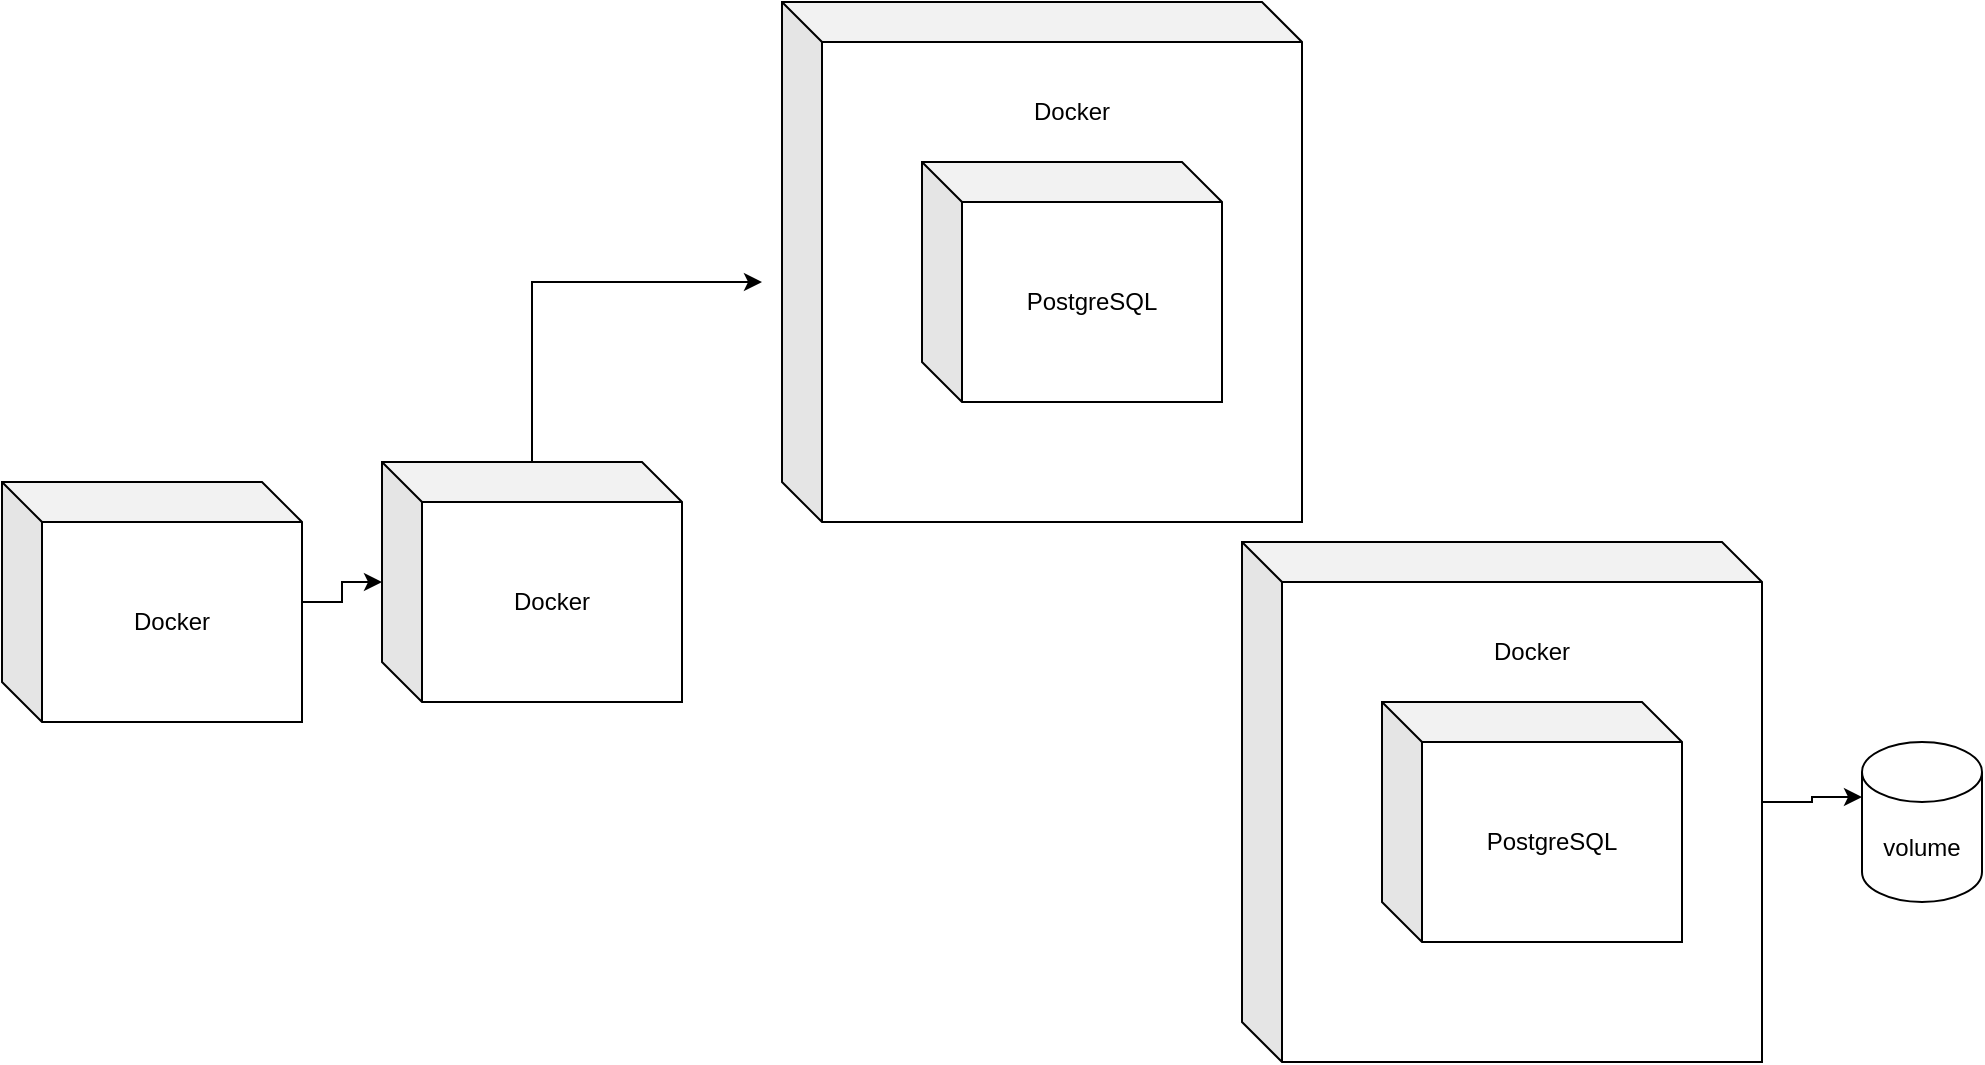
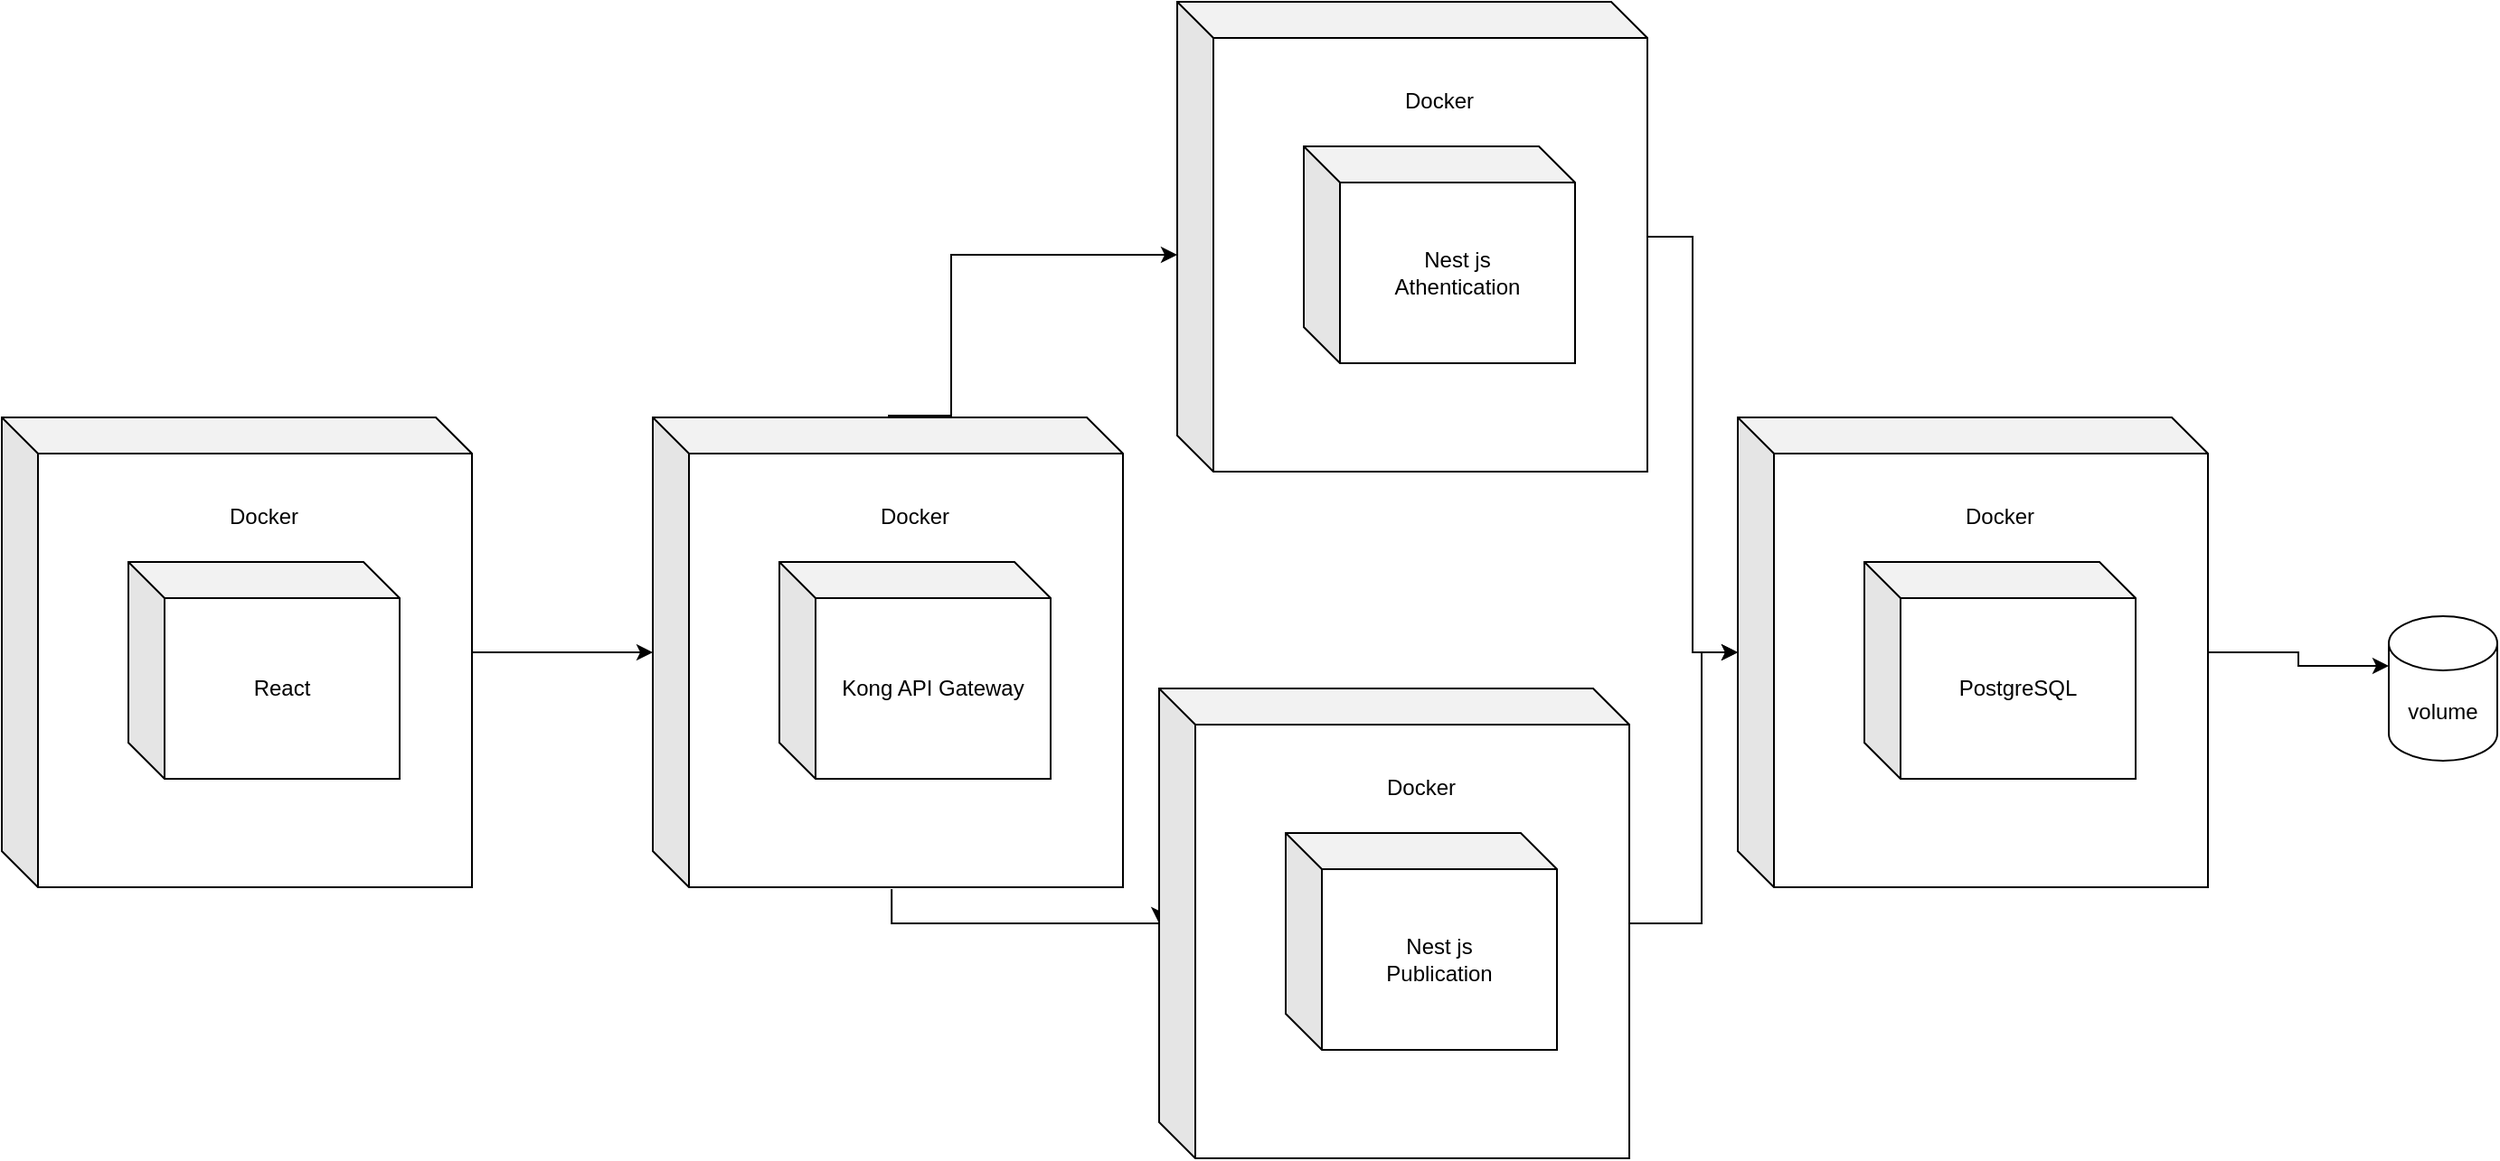
<mxfile host="app.diagrams.net" agent="Mozilla/5.0 (X11; Linux x86_64) AppleWebKit/537.36 (KHTML, like Gecko) Chrome/144.0.0.0 Safari/537.36" version="29.2.9" pages="2">
  <diagram name="Página-1" id="sw2ehc8zWf5Y282Lr3U0">
-     <mxGraphModel dx="1426" dy="762" grid="1" gridSize="10" guides="1" tooltips="1" connect="1" arrows="1" fold="1" page="1" pageScale="1" pageWidth="827" pageHeight="1169" math="0" shadow="0">
+     <mxGraphModel dx="2253" dy="762" grid="1" gridSize="10" guides="1" tooltips="1" connect="1" arrows="1" fold="1" page="1" pageScale="1" pageWidth="827" pageHeight="1169" math="0" shadow="0">
      <root>
        <mxCell id="0" />
        <mxCell id="1" parent="0" />
-         <mxCell id="-SpAMbYbZLuDqSl0wFJm-5" edge="1" parent="1" source="-SpAMbYbZLuDqSl0wFJm-1" style="edgeStyle=orthogonalEdgeStyle;rounded=0;orthogonalLoop=1;jettySize=auto;html=1;" target="-SpAMbYbZLuDqSl0wFJm-4">
-           <mxGeometry relative="1" as="geometry" />
-         </mxCell>
-         <mxCell id="-SpAMbYbZLuDqSl0wFJm-1" parent="1" style="shape=cube;whiteSpace=wrap;html=1;boundedLbl=1;backgroundOutline=1;darkOpacity=0.05;darkOpacity2=0.1;" value="Docker" vertex="1">
-           <mxGeometry height="120" width="150" x="80" y="250" as="geometry" />
-         </mxCell>
-         <mxCell id="-SpAMbYbZLuDqSl0wFJm-6" edge="1" parent="1" source="-SpAMbYbZLuDqSl0wFJm-4" style="edgeStyle=orthogonalEdgeStyle;rounded=0;orthogonalLoop=1;jettySize=auto;html=1;">
-           <mxGeometry relative="1" as="geometry">
-             <Array as="points">
+         <mxCell id="-SpAMbYbZLuDqSl0wFJm-6" edge="1" parent="1" source="dV46EJVJ1ePy4s7cVzv9-11" style="edgeStyle=orthogonalEdgeStyle;rounded=0;orthogonalLoop=1;jettySize=auto;html=1;exitX=0.5;exitY=-0.004;exitDx=0;exitDy=0;exitPerimeter=0;" target="dRhZoIEE2JAG5nakRzDz-8">
+           <mxGeometry relative="1" as="geometry">
+             <Array as="points">
+               <mxPoint x="345" y="239" />
              <mxPoint x="345" y="150" />
            </Array>
+             <mxPoint x="345" y="240" as="sourcePoint" />
            <mxPoint x="460" y="150" as="targetPoint" />
          </mxGeometry>
        </mxCell>
-         <mxCell id="-SpAMbYbZLuDqSl0wFJm-4" parent="1" style="shape=cube;whiteSpace=wrap;html=1;boundedLbl=1;backgroundOutline=1;darkOpacity=0.05;darkOpacity2=0.1;" value="Docker" vertex="1">
-           <mxGeometry height="120" width="150" x="270" y="240" as="geometry" />
-         </mxCell>
-         <mxCell id="dRhZoIEE2JAG5nakRzDz-1" parent="1" style="shape=cube;whiteSpace=wrap;html=1;boundedLbl=1;backgroundOutline=1;darkOpacity=0.05;darkOpacity2=0.1;" value="Docker" vertex="1">
-           <mxGeometry height="260" width="260" x="700" y="280" as="geometry" />
-         </mxCell>
-         <mxCell id="dRhZoIEE2JAG5nakRzDz-4" parent="1" style="shape=cube;whiteSpace=wrap;html=1;boundedLbl=1;backgroundOutline=1;darkOpacity=0.05;darkOpacity2=0.1;" value="PostgreSQL" vertex="1">
-           <mxGeometry height="120" width="150" x="770" y="360" as="geometry" />
-         </mxCell>
-         <mxCell id="dRhZoIEE2JAG5nakRzDz-5" parent="1" style="text;html=1;whiteSpace=wrap;strokeColor=none;fillColor=none;align=center;verticalAlign=middle;rounded=0;" value="Docker" vertex="1">
-           <mxGeometry height="30" width="60" x="815" y="320" as="geometry" />
+         <mxCell id="dV46EJVJ1ePy4s7cVzv9-8" edge="1" parent="1" source="dV46EJVJ1ePy4s7cVzv9-11" style="edgeStyle=orthogonalEdgeStyle;rounded=0;orthogonalLoop=1;jettySize=auto;html=1;exitX=0.508;exitY=1.004;exitDx=0;exitDy=0;exitPerimeter=0;">
+           <mxGeometry relative="1" as="geometry">
+             <mxPoint x="355" y="360" as="sourcePoint" />
+             <mxPoint x="460" y="520" as="targetPoint" />
+           </mxGeometry>
        </mxCell>
        <mxCell id="dRhZoIEE2JAG5nakRzDz-6" parent="1" style="shape=cylinder3;whiteSpace=wrap;html=1;boundedLbl=1;backgroundOutline=1;size=15;" value="volume" vertex="1">
-           <mxGeometry height="80" width="60" x="1010" y="380" as="geometry" />
+           <mxGeometry height="80" width="60" x="1140" y="350" as="geometry" />
        </mxCell>
        <mxCell id="dRhZoIEE2JAG5nakRzDz-7" edge="1" parent="1" source="dRhZoIEE2JAG5nakRzDz-1" style="edgeStyle=orthogonalEdgeStyle;rounded=0;orthogonalLoop=1;jettySize=auto;html=1;entryX=0;entryY=0;entryDx=0;entryDy=27.5;entryPerimeter=0;" target="dRhZoIEE2JAG5nakRzDz-6">
          <mxGeometry relative="1" as="geometry" />
        </mxCell>
-         <mxCell id="dRhZoIEE2JAG5nakRzDz-8" parent="1" style="shape=cube;whiteSpace=wrap;html=1;boundedLbl=1;backgroundOutline=1;darkOpacity=0.05;darkOpacity2=0.1;" value="Docker" vertex="1">
+         <mxCell id="dV46EJVJ1ePy4s7cVzv9-2" edge="1" parent="1" source="dRhZoIEE2JAG5nakRzDz-8" style="edgeStyle=orthogonalEdgeStyle;rounded=0;orthogonalLoop=1;jettySize=auto;html=1;" target="dRhZoIEE2JAG5nakRzDz-1">
+           <mxGeometry relative="1" as="geometry" />
+         </mxCell>
+         <mxCell id="dV46EJVJ1ePy4s7cVzv9-1" connectable="0" parent="1" style="group" value="" vertex="1">
+           <mxGeometry height="260" width="260" x="780" y="240" as="geometry" />
+         </mxCell>
+         <mxCell id="dRhZoIEE2JAG5nakRzDz-1" parent="dV46EJVJ1ePy4s7cVzv9-1" style="shape=cube;whiteSpace=wrap;html=1;boundedLbl=1;backgroundOutline=1;darkOpacity=0.05;darkOpacity2=0.1;" value="Docker" vertex="1">
+           <mxGeometry height="260" width="260" as="geometry" />
+         </mxCell>
+         <mxCell id="dRhZoIEE2JAG5nakRzDz-4" parent="dV46EJVJ1ePy4s7cVzv9-1" style="shape=cube;whiteSpace=wrap;html=1;boundedLbl=1;backgroundOutline=1;darkOpacity=0.05;darkOpacity2=0.1;" value="PostgreSQL" vertex="1">
+           <mxGeometry height="120" width="150" x="70" y="80" as="geometry" />
+         </mxCell>
+         <mxCell id="dRhZoIEE2JAG5nakRzDz-5" parent="dV46EJVJ1ePy4s7cVzv9-1" style="text;html=1;whiteSpace=wrap;strokeColor=none;fillColor=none;align=center;verticalAlign=middle;rounded=0;" value="Docker" vertex="1">
+           <mxGeometry height="30" width="60" x="115" y="40" as="geometry" />
+         </mxCell>
+         <mxCell id="dV46EJVJ1ePy4s7cVzv9-3" connectable="0" parent="1" style="group" value="" vertex="1">
          <mxGeometry height="260" width="260" x="470" y="10" as="geometry" />
        </mxCell>
-         <mxCell id="dRhZoIEE2JAG5nakRzDz-9" parent="1" style="shape=cube;whiteSpace=wrap;html=1;boundedLbl=1;backgroundOutline=1;darkOpacity=0.05;darkOpacity2=0.1;" value="PostgreSQL" vertex="1">
-           <mxGeometry height="120" width="150" x="540" y="90" as="geometry" />
-         </mxCell>
-         <mxCell id="dRhZoIEE2JAG5nakRzDz-10" parent="1" style="text;html=1;whiteSpace=wrap;strokeColor=none;fillColor=none;align=center;verticalAlign=middle;rounded=0;" value="Docker" vertex="1">
-           <mxGeometry height="30" width="60" x="585" y="50" as="geometry" />
+         <mxCell id="dRhZoIEE2JAG5nakRzDz-8" parent="dV46EJVJ1ePy4s7cVzv9-3" style="shape=cube;whiteSpace=wrap;html=1;boundedLbl=1;backgroundOutline=1;darkOpacity=0.05;darkOpacity2=0.1;" value="Docker" vertex="1">
+           <mxGeometry height="260" width="260" as="geometry" />
+         </mxCell>
+         <mxCell id="dRhZoIEE2JAG5nakRzDz-9" parent="dV46EJVJ1ePy4s7cVzv9-3" style="shape=cube;whiteSpace=wrap;html=1;boundedLbl=1;backgroundOutline=1;darkOpacity=0.05;darkOpacity2=0.1;" value="&lt;div&gt;Nest js&lt;/div&gt;Athentication" vertex="1">
+           <mxGeometry height="120" width="150" x="70" y="80" as="geometry" />
+         </mxCell>
+         <mxCell id="dRhZoIEE2JAG5nakRzDz-10" parent="dV46EJVJ1ePy4s7cVzv9-3" style="text;html=1;whiteSpace=wrap;strokeColor=none;fillColor=none;align=center;verticalAlign=middle;rounded=0;" value="Docker" vertex="1">
+           <mxGeometry height="30" width="60" x="115" y="40" as="geometry" />
+         </mxCell>
+         <mxCell id="dV46EJVJ1ePy4s7cVzv9-4" connectable="0" parent="1" style="group" value="" vertex="1">
+           <mxGeometry height="260" width="260" x="460" y="390" as="geometry" />
+         </mxCell>
+         <mxCell id="dV46EJVJ1ePy4s7cVzv9-5" parent="dV46EJVJ1ePy4s7cVzv9-4" style="shape=cube;whiteSpace=wrap;html=1;boundedLbl=1;backgroundOutline=1;darkOpacity=0.05;darkOpacity2=0.1;" value="Docker" vertex="1">
+           <mxGeometry height="260" width="260" as="geometry" />
+         </mxCell>
+         <mxCell id="dV46EJVJ1ePy4s7cVzv9-6" parent="dV46EJVJ1ePy4s7cVzv9-4" style="shape=cube;whiteSpace=wrap;html=1;boundedLbl=1;backgroundOutline=1;darkOpacity=0.05;darkOpacity2=0.1;" value="&lt;div&gt;Nest js&lt;/div&gt;Publication" vertex="1">
+           <mxGeometry height="120" width="150" x="70" y="80" as="geometry" />
+         </mxCell>
+         <mxCell id="dV46EJVJ1ePy4s7cVzv9-7" parent="dV46EJVJ1ePy4s7cVzv9-4" style="text;html=1;whiteSpace=wrap;strokeColor=none;fillColor=none;align=center;verticalAlign=middle;rounded=0;" value="Docker" vertex="1">
+           <mxGeometry height="30" width="60" x="115" y="40" as="geometry" />
+         </mxCell>
+         <mxCell id="dV46EJVJ1ePy4s7cVzv9-9" edge="1" parent="1" source="dV46EJVJ1ePy4s7cVzv9-5" style="edgeStyle=orthogonalEdgeStyle;rounded=0;orthogonalLoop=1;jettySize=auto;html=1;entryX=0;entryY=0.5;entryDx=0;entryDy=0;entryPerimeter=0;" target="dRhZoIEE2JAG5nakRzDz-1">
+           <mxGeometry relative="1" as="geometry">
+             <Array as="points">
+               <mxPoint x="760" y="520" />
+               <mxPoint x="760" y="370" />
+             </Array>
+           </mxGeometry>
+         </mxCell>
+         <mxCell id="dV46EJVJ1ePy4s7cVzv9-10" connectable="0" parent="1" style="group" value="" vertex="1">
+           <mxGeometry height="260" width="260" x="180" y="240" as="geometry" />
+         </mxCell>
+         <mxCell id="dV46EJVJ1ePy4s7cVzv9-11" parent="dV46EJVJ1ePy4s7cVzv9-10" style="shape=cube;whiteSpace=wrap;html=1;boundedLbl=1;backgroundOutline=1;darkOpacity=0.05;darkOpacity2=0.1;" value="Docker" vertex="1">
+           <mxGeometry height="260" width="260" as="geometry" />
+         </mxCell>
+         <mxCell id="dV46EJVJ1ePy4s7cVzv9-12" parent="dV46EJVJ1ePy4s7cVzv9-10" style="shape=cube;whiteSpace=wrap;html=1;boundedLbl=1;backgroundOutline=1;darkOpacity=0.05;darkOpacity2=0.1;" value="Kong API Gateway" vertex="1">
+           <mxGeometry height="120" width="150" x="70" y="80" as="geometry" />
+         </mxCell>
+         <mxCell id="dV46EJVJ1ePy4s7cVzv9-13" parent="dV46EJVJ1ePy4s7cVzv9-10" style="text;html=1;whiteSpace=wrap;strokeColor=none;fillColor=none;align=center;verticalAlign=middle;rounded=0;" value="Docker" vertex="1">
+           <mxGeometry height="30" width="60" x="115" y="40" as="geometry" />
+         </mxCell>
+         <mxCell id="dV46EJVJ1ePy4s7cVzv9-14" connectable="0" parent="1" style="group" value="" vertex="1">
+           <mxGeometry height="260" width="260" x="-180" y="240" as="geometry" />
+         </mxCell>
+         <mxCell id="dV46EJVJ1ePy4s7cVzv9-15" parent="dV46EJVJ1ePy4s7cVzv9-14" style="shape=cube;whiteSpace=wrap;html=1;boundedLbl=1;backgroundOutline=1;darkOpacity=0.05;darkOpacity2=0.1;" value="Docker" vertex="1">
+           <mxGeometry height="260" width="260" as="geometry" />
+         </mxCell>
+         <mxCell id="dV46EJVJ1ePy4s7cVzv9-16" parent="dV46EJVJ1ePy4s7cVzv9-14" style="shape=cube;whiteSpace=wrap;html=1;boundedLbl=1;backgroundOutline=1;darkOpacity=0.05;darkOpacity2=0.1;" value="React" vertex="1">
+           <mxGeometry height="120" width="150" x="70" y="80" as="geometry" />
+         </mxCell>
+         <mxCell id="dV46EJVJ1ePy4s7cVzv9-17" parent="dV46EJVJ1ePy4s7cVzv9-14" style="text;html=1;whiteSpace=wrap;strokeColor=none;fillColor=none;align=center;verticalAlign=middle;rounded=0;" value="Docker" vertex="1">
+           <mxGeometry height="30" width="60" x="115" y="40" as="geometry" />
+         </mxCell>
+         <mxCell id="dV46EJVJ1ePy4s7cVzv9-18" edge="1" parent="1" source="dV46EJVJ1ePy4s7cVzv9-15" style="edgeStyle=orthogonalEdgeStyle;rounded=0;orthogonalLoop=1;jettySize=auto;html=1;" target="dV46EJVJ1ePy4s7cVzv9-11">
+           <mxGeometry relative="1" as="geometry" />
        </mxCell>
      </root>
    </mxGraphModel>
  </diagram>
  <diagram id="BcKcEM63ZFBGfcSvkaGm" name="Página-2">
    <mxGraphModel dx="1426" dy="762" grid="1" gridSize="10" guides="1" tooltips="1" connect="1" arrows="1" fold="1" page="1" pageScale="1" pageWidth="827" pageHeight="1169" math="0" shadow="0">
      <root>
        <mxCell id="0" />
        <mxCell id="1" parent="0" />
        <mxCell id="5oRGJfgE2775X4gSzVnz-1" parent="1" style="swimlane;fontStyle=0;childLayout=stackLayout;horizontal=1;startSize=30;horizontalStack=0;resizeParent=1;resizeParentMax=0;resizeLast=0;collapsible=1;marginBottom=0;whiteSpace=wrap;html=1;" value="Authentication" vertex="1">
          <mxGeometry height="90" width="140" x="470" y="20" as="geometry" />
        </mxCell>
        <mxCell id="5oRGJfgE2775X4gSzVnz-2" parent="5oRGJfgE2775X4gSzVnz-1" style="text;strokeColor=none;fillColor=none;align=left;verticalAlign=middle;spacingLeft=4;spacingRight=4;overflow=hidden;points=[[0,0.5],[1,0.5]];portConstraint=eastwest;rotatable=0;whiteSpace=wrap;html=1;" value="Login" vertex="1">
          <mxGeometry height="30" width="140" y="30" as="geometry" />
        </mxCell>
        <mxCell id="5oRGJfgE2775X4gSzVnz-3" parent="5oRGJfgE2775X4gSzVnz-1" style="text;strokeColor=none;fillColor=none;align=left;verticalAlign=middle;spacingLeft=4;spacingRight=4;overflow=hidden;points=[[0,0.5],[1,0.5]];portConstraint=eastwest;rotatable=0;whiteSpace=wrap;html=1;" value="Password" vertex="1">
          <mxGeometry height="30" width="140" y="60" as="geometry" />
        </mxCell>
        <mxCell id="5oRGJfgE2775X4gSzVnz-5" parent="1" style="swimlane;fontStyle=0;childLayout=stackLayout;horizontal=1;startSize=30;horizontalStack=0;resizeParent=1;resizeParentMax=0;resizeLast=0;collapsible=1;marginBottom=0;whiteSpace=wrap;html=1;" value="User" vertex="1">
          <mxGeometry height="90" width="140" x="470" y="170" as="geometry" />
        </mxCell>
        <mxCell id="5oRGJfgE2775X4gSzVnz-6" parent="5oRGJfgE2775X4gSzVnz-5" style="text;strokeColor=none;fillColor=none;align=left;verticalAlign=middle;spacingLeft=4;spacingRight=4;overflow=hidden;points=[[0,0.5],[1,0.5]];portConstraint=eastwest;rotatable=0;whiteSpace=wrap;html=1;" value="name" vertex="1">
          <mxGeometry height="30" width="140" y="30" as="geometry" />
        </mxCell>
        <mxCell id="5oRGJfgE2775X4gSzVnz-7" parent="5oRGJfgE2775X4gSzVnz-5" style="text;strokeColor=none;fillColor=none;align=left;verticalAlign=middle;spacingLeft=4;spacingRight=4;overflow=hidden;points=[[0,0.5],[1,0.5]];portConstraint=eastwest;rotatable=0;whiteSpace=wrap;html=1;" value="gender" vertex="1">
          <mxGeometry height="30" width="140" y="60" as="geometry" />
        </mxCell>
        <mxCell id="5oRGJfgE2775X4gSzVnz-9" edge="1" parent="1" source="5oRGJfgE2775X4gSzVnz-5" style="edgeStyle=orthogonalEdgeStyle;rounded=0;orthogonalLoop=1;jettySize=auto;html=1;entryX=0.471;entryY=1;entryDx=0;entryDy=0;entryPerimeter=0;startArrow=none;startFill=0;endArrow=none;endFill=0;" target="5oRGJfgE2775X4gSzVnz-3">
          <mxGeometry relative="1" as="geometry" />
        </mxCell>
        <mxCell id="5oRGJfgE2775X4gSzVnz-11" connectable="0" parent="5oRGJfgE2775X4gSzVnz-9" style="edgeLabel;html=1;align=center;verticalAlign=middle;resizable=0;points=[];" value="0..1&lt;div&gt;&lt;br&gt;&lt;/div&gt;" vertex="1">
          <mxGeometry relative="1" x="-0.5829" y="-2" as="geometry">
            <mxPoint as="offset" />
          </mxGeometry>
        </mxCell>
        <mxCell id="5oRGJfgE2775X4gSzVnz-14" connectable="0" parent="5oRGJfgE2775X4gSzVnz-9" style="edgeLabel;html=1;align=center;verticalAlign=middle;resizable=0;points=[];" value="1" vertex="1">
          <mxGeometry relative="1" x="0.8496" y="-4" as="geometry">
            <mxPoint as="offset" />
          </mxGeometry>
        </mxCell>
        <mxCell id="5oRGJfgE2775X4gSzVnz-15" parent="1" style="swimlane;fontStyle=0;childLayout=stackLayout;horizontal=1;startSize=30;horizontalStack=0;resizeParent=1;resizeParentMax=0;resizeLast=0;collapsible=1;marginBottom=0;whiteSpace=wrap;html=1;" value="Publication" vertex="1">
          <mxGeometry height="150" width="140" x="160" y="120" as="geometry" />
        </mxCell>
        <mxCell id="5oRGJfgE2775X4gSzVnz-16" parent="5oRGJfgE2775X4gSzVnz-15" style="text;strokeColor=none;fillColor=none;align=left;verticalAlign=middle;spacingLeft=4;spacingRight=4;overflow=hidden;points=[[0,0.5],[1,0.5]];portConstraint=eastwest;rotatable=0;whiteSpace=wrap;html=1;" value="Title" vertex="1">
          <mxGeometry height="30" width="140" y="30" as="geometry" />
        </mxCell>
        <mxCell id="5oRGJfgE2775X4gSzVnz-19" parent="5oRGJfgE2775X4gSzVnz-15" style="text;strokeColor=none;fillColor=none;align=left;verticalAlign=middle;spacingLeft=4;spacingRight=4;overflow=hidden;points=[[0,0.5],[1,0.5]];portConstraint=eastwest;rotatable=0;whiteSpace=wrap;html=1;" value="Description" vertex="1">
          <mxGeometry height="30" width="140" y="60" as="geometry" />
        </mxCell>
        <mxCell id="5oRGJfgE2775X4gSzVnz-20" parent="5oRGJfgE2775X4gSzVnz-15" style="text;strokeColor=none;fillColor=none;align=left;verticalAlign=middle;spacingLeft=4;spacingRight=4;overflow=hidden;points=[[0,0.5],[1,0.5]];portConstraint=eastwest;rotatable=0;whiteSpace=wrap;html=1;" value="creation_date" vertex="1">
          <mxGeometry height="30" width="140" y="90" as="geometry" />
        </mxCell>
        <mxCell id="5oRGJfgE2775X4gSzVnz-30" edge="1" parent="5oRGJfgE2775X4gSzVnz-15" source="5oRGJfgE2775X4gSzVnz-17" style="edgeStyle=orthogonalEdgeStyle;rounded=0;orthogonalLoop=1;jettySize=auto;html=1;entryX=0.5;entryY=0;entryDx=0;entryDy=0;endArrow=none;endFill=0;" target="5oRGJfgE2775X4gSzVnz-15">
          <mxGeometry relative="1" as="geometry">
            <Array as="points">
              <mxPoint x="-80" y="135" />
              <mxPoint x="-80" y="-20" />
              <mxPoint x="70" y="-20" />
            </Array>
          </mxGeometry>
        </mxCell>
        <mxCell id="5oRGJfgE2775X4gSzVnz-31" connectable="0" parent="5oRGJfgE2775X4gSzVnz-30" style="edgeLabel;html=1;align=center;verticalAlign=middle;resizable=0;points=[];" value="Message" vertex="1">
          <mxGeometry relative="1" x="-0.284" y="4" as="geometry">
            <mxPoint as="offset" />
          </mxGeometry>
        </mxCell>
        <mxCell id="5oRGJfgE2775X4gSzVnz-32" connectable="0" parent="5oRGJfgE2775X4gSzVnz-30" style="edgeLabel;html=1;align=center;verticalAlign=middle;resizable=0;points=[];" value="0..*" vertex="1">
          <mxGeometry relative="1" x="0.7975" y="4" as="geometry">
            <mxPoint as="offset" />
          </mxGeometry>
        </mxCell>
        <mxCell id="5oRGJfgE2775X4gSzVnz-33" connectable="0" parent="5oRGJfgE2775X4gSzVnz-30" style="edgeLabel;html=1;align=center;verticalAlign=middle;resizable=0;points=[];" value="1" vertex="1">
          <mxGeometry relative="1" x="-0.8864" y="5" as="geometry">
            <mxPoint as="offset" />
          </mxGeometry>
        </mxCell>
        <mxCell id="5oRGJfgE2775X4gSzVnz-17" parent="5oRGJfgE2775X4gSzVnz-15" style="text;strokeColor=none;fillColor=none;align=left;verticalAlign=middle;spacingLeft=4;spacingRight=4;overflow=hidden;points=[[0,0.5],[1,0.5]];portConstraint=eastwest;rotatable=0;whiteSpace=wrap;html=1;" value="Image" vertex="1">
          <mxGeometry height="30" width="140" y="120" as="geometry" />
        </mxCell>
        <mxCell id="5oRGJfgE2775X4gSzVnz-21" edge="1" parent="1" source="5oRGJfgE2775X4gSzVnz-19" style="edgeStyle=orthogonalEdgeStyle;rounded=0;orthogonalLoop=1;jettySize=auto;html=1;endArrow=none;endFill=0;" target="5oRGJfgE2775X4gSzVnz-6">
          <mxGeometry relative="1" as="geometry" />
        </mxCell>
        <mxCell id="5oRGJfgE2775X4gSzVnz-22" connectable="0" parent="5oRGJfgE2775X4gSzVnz-21" style="edgeLabel;html=1;align=center;verticalAlign=middle;resizable=0;points=[];" value="1" vertex="1">
          <mxGeometry relative="1" x="0.7158" y="-3" as="geometry">
            <mxPoint as="offset" />
          </mxGeometry>
        </mxCell>
        <mxCell id="5oRGJfgE2775X4gSzVnz-23" connectable="0" parent="5oRGJfgE2775X4gSzVnz-21" style="edgeLabel;html=1;align=center;verticalAlign=middle;resizable=0;points=[];" value="0..*" vertex="1">
          <mxGeometry relative="1" x="-0.7263" y="4" as="geometry">
            <mxPoint as="offset" />
          </mxGeometry>
        </mxCell>
        <mxCell id="5oRGJfgE2775X4gSzVnz-34" parent="1" style="swimlane;fontStyle=0;childLayout=stackLayout;horizontal=1;startSize=30;horizontalStack=0;resizeParent=1;resizeParentMax=0;resizeLast=0;collapsible=1;marginBottom=0;whiteSpace=wrap;html=1;" value="Authentication" vertex="1">
          <mxGeometry height="120" width="140" x="470" y="330" as="geometry" />
        </mxCell>
        <mxCell id="5oRGJfgE2775X4gSzVnz-35" parent="5oRGJfgE2775X4gSzVnz-34" style="text;strokeColor=none;fillColor=none;align=left;verticalAlign=middle;spacingLeft=4;spacingRight=4;overflow=hidden;points=[[0,0.5],[1,0.5]];portConstraint=eastwest;rotatable=0;whiteSpace=wrap;html=1;" value="Login" vertex="1">
          <mxGeometry height="30" width="140" y="30" as="geometry" />
        </mxCell>
        <mxCell id="5oRGJfgE2775X4gSzVnz-36" parent="5oRGJfgE2775X4gSzVnz-34" style="text;strokeColor=none;fillColor=none;align=left;verticalAlign=middle;spacingLeft=4;spacingRight=4;overflow=hidden;points=[[0,0.5],[1,0.5]];portConstraint=eastwest;rotatable=0;whiteSpace=wrap;html=1;" value="Password" vertex="1">
          <mxGeometry height="30" width="140" y="60" as="geometry" />
        </mxCell>
        <mxCell id="5oRGJfgE2775X4gSzVnz-66" parent="5oRGJfgE2775X4gSzVnz-34" style="text;strokeColor=none;fillColor=none;align=left;verticalAlign=middle;spacingLeft=4;spacingRight=4;overflow=hidden;points=[[0,0.5],[1,0.5]];portConstraint=eastwest;rotatable=0;whiteSpace=wrap;html=1;" value="Creation_date" vertex="1">
          <mxGeometry height="30" width="140" y="90" as="geometry" />
        </mxCell>
        <mxCell id="5oRGJfgE2775X4gSzVnz-37" parent="1" style="swimlane;fontStyle=0;childLayout=stackLayout;horizontal=1;startSize=30;horizontalStack=0;resizeParent=1;resizeParentMax=0;resizeLast=0;collapsible=1;marginBottom=0;whiteSpace=wrap;html=1;" value="User" vertex="1">
          <mxGeometry height="60" width="140" x="470" y="535" as="geometry" />
        </mxCell>
        <mxCell id="5oRGJfgE2775X4gSzVnz-38" parent="5oRGJfgE2775X4gSzVnz-37" style="text;strokeColor=none;fillColor=none;align=left;verticalAlign=middle;spacingLeft=4;spacingRight=4;overflow=hidden;points=[[0,0.5],[1,0.5]];portConstraint=eastwest;rotatable=0;whiteSpace=wrap;html=1;" value="name" vertex="1">
          <mxGeometry height="30" width="140" y="30" as="geometry" />
        </mxCell>
        <mxCell id="5oRGJfgE2775X4gSzVnz-40" edge="1" parent="1" source="5oRGJfgE2775X4gSzVnz-37" style="edgeStyle=orthogonalEdgeStyle;rounded=0;orthogonalLoop=1;jettySize=auto;html=1;entryX=1.014;entryY=0.8;entryDx=0;entryDy=0;entryPerimeter=0;startArrow=none;startFill=0;endArrow=none;endFill=0;" target="5oRGJfgE2775X4gSzVnz-36">
          <mxGeometry relative="1" as="geometry">
            <Array as="points">
              <mxPoint x="730" y="580" />
              <mxPoint x="730" y="420" />
              <mxPoint x="612" y="420" />
            </Array>
          </mxGeometry>
        </mxCell>
        <mxCell id="5oRGJfgE2775X4gSzVnz-41" connectable="0" parent="5oRGJfgE2775X4gSzVnz-40" style="edgeLabel;html=1;align=center;verticalAlign=middle;resizable=0;points=[];" value="0..1&lt;div&gt;&lt;br&gt;&lt;/div&gt;" vertex="1">
          <mxGeometry relative="1" x="-0.5829" y="-2" as="geometry">
            <mxPoint as="offset" />
          </mxGeometry>
        </mxCell>
        <mxCell id="5oRGJfgE2775X4gSzVnz-42" connectable="0" parent="5oRGJfgE2775X4gSzVnz-40" style="edgeLabel;html=1;align=center;verticalAlign=middle;resizable=0;points=[];" value="1" vertex="1">
          <mxGeometry relative="1" x="0.8496" y="-4" as="geometry">
            <mxPoint as="offset" />
          </mxGeometry>
        </mxCell>
        <mxCell id="5oRGJfgE2775X4gSzVnz-43" parent="1" style="swimlane;fontStyle=0;childLayout=stackLayout;horizontal=1;startSize=30;horizontalStack=0;resizeParent=1;resizeParentMax=0;resizeLast=0;collapsible=1;marginBottom=0;whiteSpace=wrap;html=1;" value="Publication" vertex="1">
          <mxGeometry height="150" width="140" x="140" y="435" as="geometry" />
        </mxCell>
        <mxCell id="5oRGJfgE2775X4gSzVnz-44" parent="5oRGJfgE2775X4gSzVnz-43" style="text;strokeColor=none;fillColor=none;align=left;verticalAlign=middle;spacingLeft=4;spacingRight=4;overflow=hidden;points=[[0,0.5],[1,0.5]];portConstraint=eastwest;rotatable=0;whiteSpace=wrap;html=1;" value="Title" vertex="1">
          <mxGeometry height="30" width="140" y="30" as="geometry" />
        </mxCell>
        <mxCell id="5oRGJfgE2775X4gSzVnz-45" parent="5oRGJfgE2775X4gSzVnz-43" style="text;strokeColor=none;fillColor=none;align=left;verticalAlign=middle;spacingLeft=4;spacingRight=4;overflow=hidden;points=[[0,0.5],[1,0.5]];portConstraint=eastwest;rotatable=0;whiteSpace=wrap;html=1;" value="Description" vertex="1">
          <mxGeometry height="30" width="140" y="60" as="geometry" />
        </mxCell>
        <mxCell id="5oRGJfgE2775X4gSzVnz-46" parent="5oRGJfgE2775X4gSzVnz-43" style="text;strokeColor=none;fillColor=none;align=left;verticalAlign=middle;spacingLeft=4;spacingRight=4;overflow=hidden;points=[[0,0.5],[1,0.5]];portConstraint=eastwest;rotatable=0;whiteSpace=wrap;html=1;" value="creation_date" vertex="1">
          <mxGeometry height="30" width="140" y="90" as="geometry" />
        </mxCell>
        <mxCell id="5oRGJfgE2775X4gSzVnz-51" parent="5oRGJfgE2775X4gSzVnz-43" style="text;strokeColor=none;fillColor=none;align=left;verticalAlign=middle;spacingLeft=4;spacingRight=4;overflow=hidden;points=[[0,0.5],[1,0.5]];portConstraint=eastwest;rotatable=0;whiteSpace=wrap;html=1;" value="Image" vertex="1">
          <mxGeometry height="30" width="140" y="120" as="geometry" />
        </mxCell>
        <mxCell id="5oRGJfgE2775X4gSzVnz-52" edge="1" parent="1" source="5oRGJfgE2775X4gSzVnz-45" style="edgeStyle=orthogonalEdgeStyle;rounded=0;orthogonalLoop=1;jettySize=auto;html=1;endArrow=none;endFill=0;" target="5oRGJfgE2775X4gSzVnz-38">
          <mxGeometry relative="1" as="geometry" />
        </mxCell>
        <mxCell id="5oRGJfgE2775X4gSzVnz-53" connectable="0" parent="5oRGJfgE2775X4gSzVnz-52" style="edgeLabel;html=1;align=center;verticalAlign=middle;resizable=0;points=[];" value="1" vertex="1">
          <mxGeometry relative="1" x="0.7158" y="-3" as="geometry">
            <mxPoint as="offset" />
          </mxGeometry>
        </mxCell>
        <mxCell id="5oRGJfgE2775X4gSzVnz-54" connectable="0" parent="5oRGJfgE2775X4gSzVnz-52" style="edgeLabel;html=1;align=center;verticalAlign=middle;resizable=0;points=[];" value="0..*" vertex="1">
          <mxGeometry relative="1" x="-0.7263" y="4" as="geometry">
            <mxPoint as="offset" />
          </mxGeometry>
        </mxCell>
        <mxCell id="5oRGJfgE2775X4gSzVnz-55" parent="1" style="swimlane;fontStyle=0;childLayout=stackLayout;horizontal=1;startSize=30;horizontalStack=0;resizeParent=1;resizeParentMax=0;resizeLast=0;collapsible=1;marginBottom=0;whiteSpace=wrap;html=1;" value="Message" vertex="1">
          <mxGeometry height="150" width="140" x="140" y="635" as="geometry" />
        </mxCell>
        <mxCell id="5oRGJfgE2775X4gSzVnz-56" parent="5oRGJfgE2775X4gSzVnz-55" style="text;strokeColor=none;fillColor=none;align=left;verticalAlign=middle;spacingLeft=4;spacingRight=4;overflow=hidden;points=[[0,0.5],[1,0.5]];portConstraint=eastwest;rotatable=0;whiteSpace=wrap;html=1;" value="Title" vertex="1">
          <mxGeometry height="30" width="140" y="30" as="geometry" />
        </mxCell>
        <mxCell id="5oRGJfgE2775X4gSzVnz-57" parent="5oRGJfgE2775X4gSzVnz-55" style="text;strokeColor=none;fillColor=none;align=left;verticalAlign=middle;spacingLeft=4;spacingRight=4;overflow=hidden;points=[[0,0.5],[1,0.5]];portConstraint=eastwest;rotatable=0;whiteSpace=wrap;html=1;" value="Description" vertex="1">
          <mxGeometry height="30" width="140" y="60" as="geometry" />
        </mxCell>
        <mxCell id="5oRGJfgE2775X4gSzVnz-58" parent="5oRGJfgE2775X4gSzVnz-55" style="text;strokeColor=none;fillColor=none;align=left;verticalAlign=middle;spacingLeft=4;spacingRight=4;overflow=hidden;points=[[0,0.5],[1,0.5]];portConstraint=eastwest;rotatable=0;whiteSpace=wrap;html=1;" value="creation_date" vertex="1">
          <mxGeometry height="30" width="140" y="90" as="geometry" />
        </mxCell>
        <mxCell id="5oRGJfgE2775X4gSzVnz-59" parent="5oRGJfgE2775X4gSzVnz-55" style="text;strokeColor=none;fillColor=none;align=left;verticalAlign=middle;spacingLeft=4;spacingRight=4;overflow=hidden;points=[[0,0.5],[1,0.5]];portConstraint=eastwest;rotatable=0;whiteSpace=wrap;html=1;" value="Image" vertex="1">
          <mxGeometry height="30" width="140" y="120" as="geometry" />
        </mxCell>
        <mxCell id="5oRGJfgE2775X4gSzVnz-60" edge="1" parent="1" source="5oRGJfgE2775X4gSzVnz-45" style="edgeStyle=orthogonalEdgeStyle;rounded=0;orthogonalLoop=1;jettySize=auto;html=1;entryX=0;entryY=0.5;entryDx=0;entryDy=0;" target="5oRGJfgE2775X4gSzVnz-55">
          <mxGeometry relative="1" as="geometry">
            <Array as="points">
              <mxPoint x="50" y="510" />
              <mxPoint x="50" y="710" />
            </Array>
          </mxGeometry>
        </mxCell>
        <mxCell id="5oRGJfgE2775X4gSzVnz-62" connectable="0" parent="5oRGJfgE2775X4gSzVnz-60" style="edgeLabel;html=1;align=center;verticalAlign=middle;resizable=0;points=[];" value="1" vertex="1">
          <mxGeometry relative="1" x="-0.9053" y="2" as="geometry">
            <mxPoint as="offset" />
          </mxGeometry>
        </mxCell>
        <mxCell id="5oRGJfgE2775X4gSzVnz-63" connectable="0" parent="5oRGJfgE2775X4gSzVnz-60" style="edgeLabel;html=1;align=center;verticalAlign=middle;resizable=0;points=[];" value="0..*" vertex="1">
          <mxGeometry relative="1" x="0.8368" y="3" as="geometry">
            <mxPoint as="offset" />
          </mxGeometry>
        </mxCell>
        <mxCell id="5oRGJfgE2775X4gSzVnz-61" edge="1" parent="1" source="5oRGJfgE2775X4gSzVnz-57" style="edgeStyle=orthogonalEdgeStyle;rounded=0;orthogonalLoop=1;jettySize=auto;html=1;endArrow=none;endFill=0;entryX=0.5;entryY=1.167;entryDx=0;entryDy=0;entryPerimeter=0;" target="5oRGJfgE2775X4gSzVnz-38">
          <mxGeometry relative="1" as="geometry">
            <Array as="points">
              <mxPoint x="540" y="710" />
            </Array>
            <mxPoint x="540" y="635" as="targetPoint" />
          </mxGeometry>
        </mxCell>
        <mxCell id="5oRGJfgE2775X4gSzVnz-64" connectable="0" parent="5oRGJfgE2775X4gSzVnz-61" style="edgeLabel;html=1;align=center;verticalAlign=middle;resizable=0;points=[];" value="1" vertex="1">
          <mxGeometry relative="1" x="0.8448" y="-3" as="geometry">
            <mxPoint as="offset" />
          </mxGeometry>
        </mxCell>
        <mxCell id="5oRGJfgE2775X4gSzVnz-65" connectable="0" parent="5oRGJfgE2775X4gSzVnz-61" style="edgeLabel;html=1;align=center;verticalAlign=middle;resizable=0;points=[];" value="0..*" vertex="1">
          <mxGeometry relative="1" x="-0.7731" y="2" as="geometry">
            <mxPoint as="offset" />
          </mxGeometry>
        </mxCell>
      </root>
    </mxGraphModel>
  </diagram>
</mxfile>
